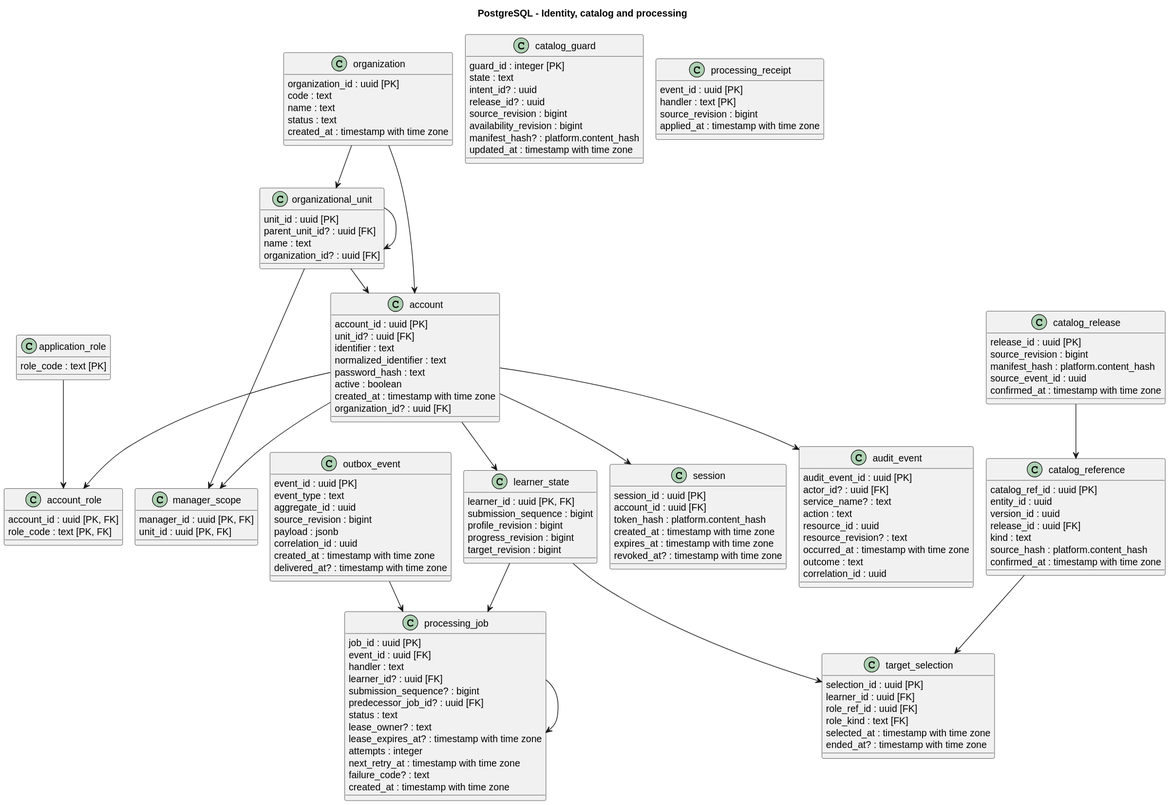
Earlier version of the PlantUML export documents/diagrams/postgresql.svg (SEP490-Fall-2026-GFA26SE64/SEP490). The source it was exported from:
```plantuml
@startuml
!pragma layout smetana
top to bottom direction
skinparam shadowing false
title PostgreSQL - Identity, catalog and processing
class organization {
    organization_id : uuid [PK]
    code : text
    name : text
    status : text
    created_at : timestamp with time zone
}
class organizational_unit {
    unit_id : uuid [PK]
    parent_unit_id? : uuid [FK]
    name : text
    organization_id? : uuid [FK]
}
class account {
    account_id : uuid [PK]
    unit_id? : uuid [FK]
    identifier : text
    normalized_identifier : text
    password_hash : text
    active : boolean
    created_at : timestamp with time zone
    organization_id? : uuid [FK]
}
class application_role {
    role_code : text [PK]
}
class account_role {
    account_id : uuid [PK, FK]
    role_code : text [PK, FK]
}
class manager_scope {
    manager_id : uuid [PK, FK]
    unit_id : uuid [PK, FK]
}
class session {
    session_id : uuid [PK]
    account_id : uuid [FK]
    token_hash : platform.content_hash
    created_at : timestamp with time zone
    expires_at : timestamp with time zone
    revoked_at? : timestamp with time zone
}
class learner_state {
    learner_id : uuid [PK, FK]
    submission_sequence : bigint
    profile_revision : bigint
    progress_revision : bigint
    target_revision : bigint
}
class catalog_guard {
    guard_id : integer [PK]
    state : text
    intent_id? : uuid
    release_id? : uuid
    source_revision : bigint
    availability_revision : bigint
    manifest_hash? : platform.content_hash
    updated_at : timestamp with time zone
}
class catalog_release {
    release_id : uuid [PK]
    source_revision : bigint
    manifest_hash : platform.content_hash
    source_event_id : uuid
    confirmed_at : timestamp with time zone
}
class catalog_reference {
    catalog_ref_id : uuid [PK]
    entity_id : uuid
    version_id : uuid
    release_id : uuid [FK]
    kind : text
    source_hash : platform.content_hash
    confirmed_at : timestamp with time zone
}
class target_selection {
    selection_id : uuid [PK]
    learner_id : uuid [FK]
    role_ref_id : uuid [FK]
    role_kind : text [FK]
    selected_at : timestamp with time zone
    ended_at? : timestamp with time zone
}
class outbox_event {
    event_id : uuid [PK]
    event_type : text
    aggregate_id : uuid
    source_revision : bigint
    payload : jsonb
    correlation_id : uuid
    created_at : timestamp with time zone
    delivered_at? : timestamp with time zone
}
class processing_job {
    job_id : uuid [PK]
    event_id : uuid [FK]
    handler : text
    learner_id? : uuid [FK]
    submission_sequence? : bigint
    predecessor_job_id? : uuid [FK]
    status : text
    lease_owner? : text
    lease_expires_at? : timestamp with time zone
    attempts : integer
    next_retry_at : timestamp with time zone
    failure_code? : text
    created_at : timestamp with time zone
}
class processing_receipt {
    event_id : uuid [PK]
    handler : text [PK]
    source_revision : bigint
    applied_at : timestamp with time zone
}
class audit_event {
    audit_event_id : uuid [PK]
    actor_id? : uuid [FK]
    service_name? : text
    action : text
    resource_id : uuid
    resource_revision? : text
    occurred_at : timestamp with time zone
    outcome : text
    correlation_id : uuid
}
account --> account_role
account --> audit_event
account --> learner_state
account --> manager_scope
account --> session
application_role --> account_role
catalog_reference --> target_selection
catalog_release --> catalog_reference
learner_state --> processing_job
learner_state --> target_selection
organization --> account
organization --> organizational_unit
organizational_unit --> account
organizational_unit --> manager_scope
organizational_unit --> organizational_unit
outbox_event --> processing_job
processing_job --> processing_job
@enduml
```
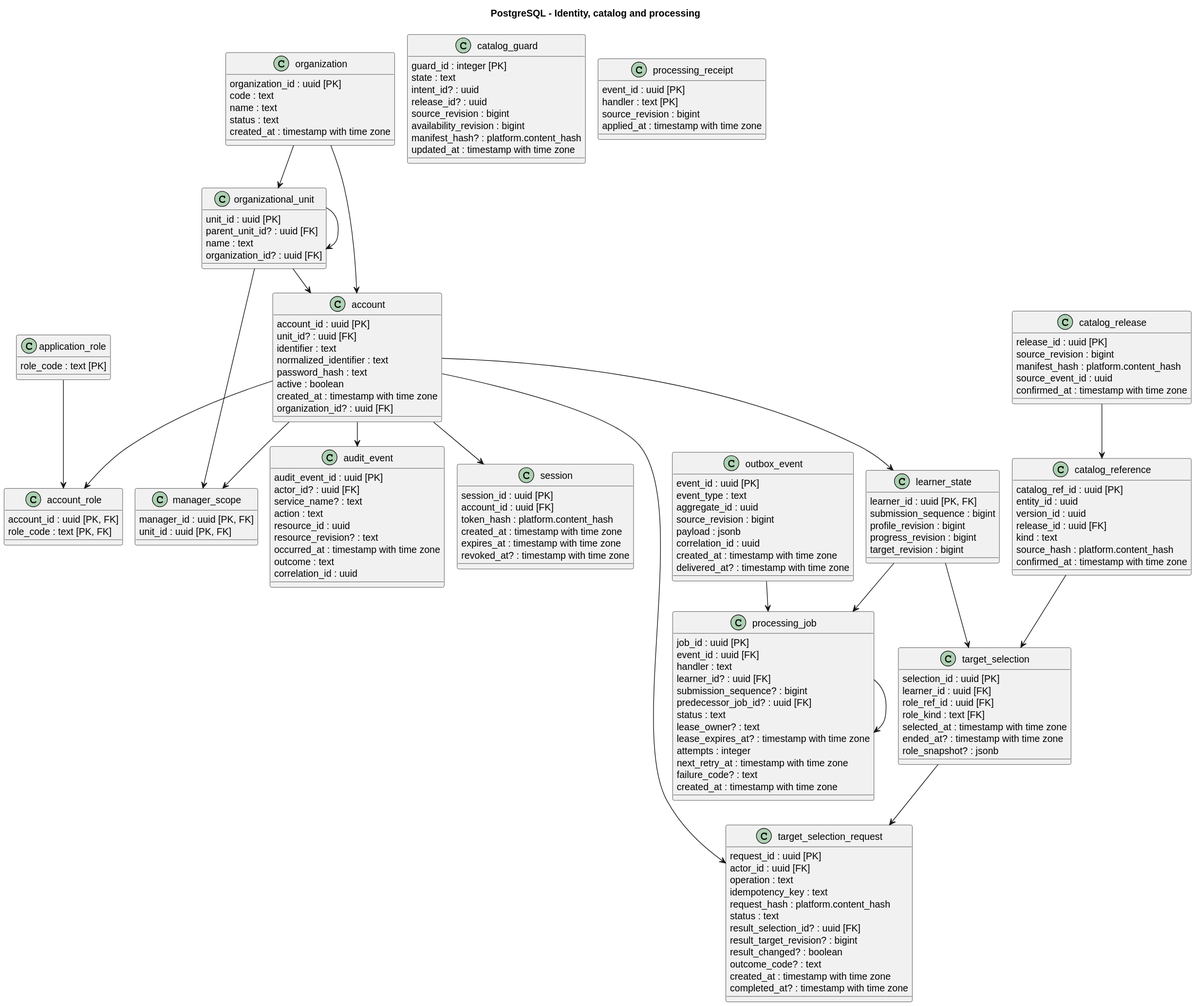
After the commit.

Diff of the diagram source:
```diff
@@ -85,6 +85,21 @@
     role_kind : text [FK]
     selected_at : timestamp with time zone
     ended_at? : timestamp with time zone
+    role_snapshot? : jsonb
+}
+class target_selection_request {
+    request_id : uuid [PK]
+    actor_id : uuid [FK]
+    operation : text
+    idempotency_key : text
+    request_hash : platform.content_hash
+    status : text
+    result_selection_id? : uuid [FK]
+    result_target_revision? : bigint
+    result_changed? : boolean
+    outcome_code? : text
+    created_at : timestamp with time zone
+    completed_at? : timestamp with time zone
 }
 class outbox_event {
     event_id : uuid [PK]
@@ -133,6 +148,7 @@
 account --> learner_state
 account --> manager_scope
 account --> session
+account --> target_selection_request
 application_role --> account_role
 catalog_reference --> target_selection
 catalog_release --> catalog_reference
@@ -145,4 +161,5 @@
 organizational_unit --> organizational_unit
 outbox_event --> processing_job
 processing_job --> processing_job
+target_selection --> target_selection_request
 @enduml
```
